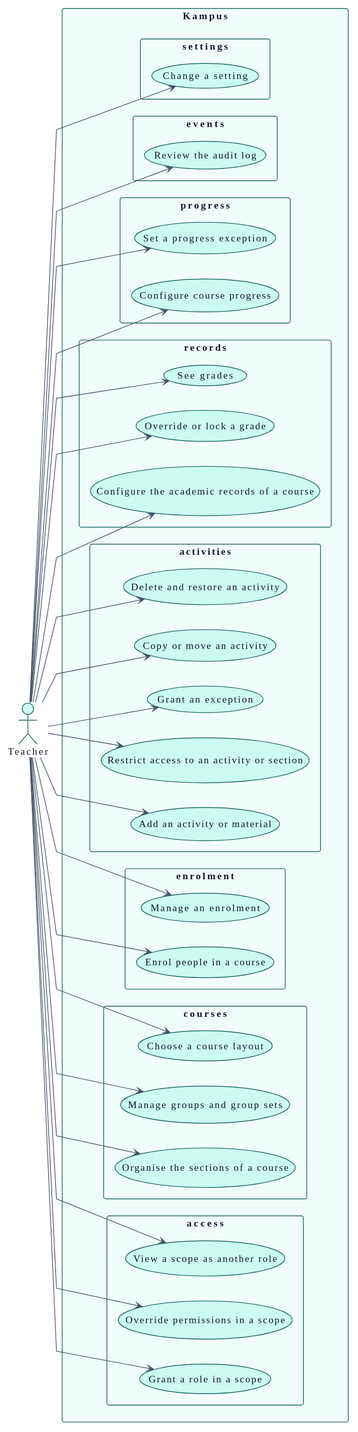
didactika/kampus keeps this PlantUML diagram as docs/01-requirements/use-cases-teacher.svg. Above is the earlier version.
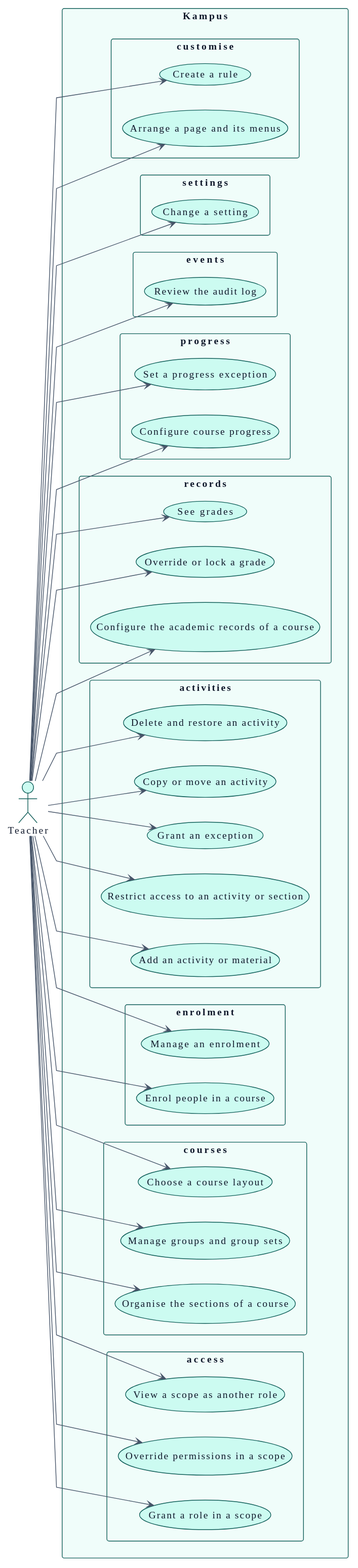
Above is the later version.

What changed in the source:
```diff
@@ -145,6 +145,10 @@
   package "settings" {
     usecase "Change a setting" as UC_changeSetting
   }
+  package "customise" {
+    usecase "Arrange a page and its menus" as UC_arrangeLayout
+    usecase "Create a rule" as UC_createRule
+  }
 }
 
 A_Teacher --> UC_grantRole
@@ -167,4 +171,6 @@
 A_Teacher --> UC_setProgressException
 A_Teacher --> UC_reviewAuditLog
 A_Teacher --> UC_changeSetting
+A_Teacher --> UC_arrangeLayout
+A_Teacher --> UC_createRule
 @enduml
```
